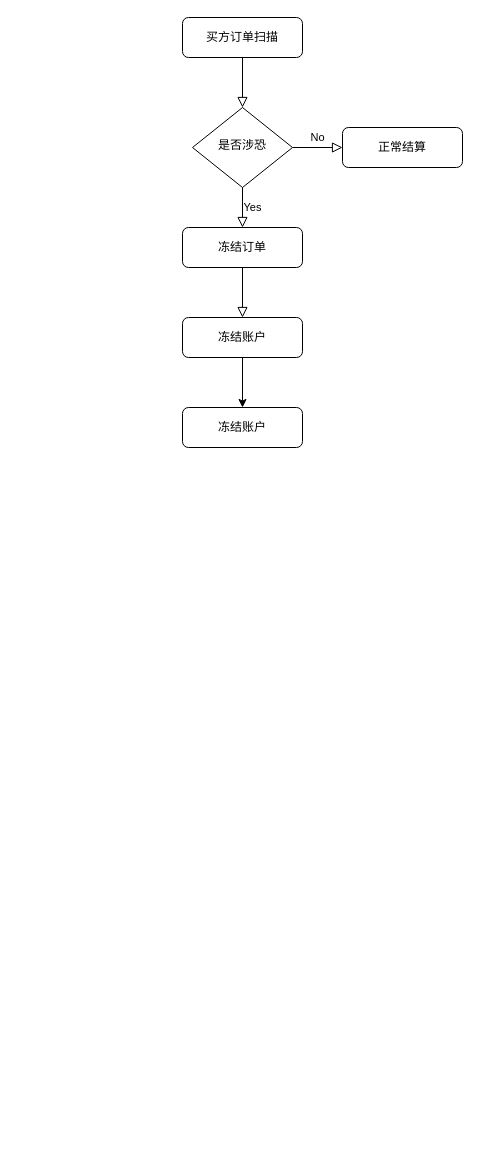
The draw.io diagram frozen_inform.drawio in Johnson-CYS/draw, before the edit. Source tidied: cells renumbered, new cells numbered last; positions are measured from the earlier drawing's top-left corner, leaving out a move shared by most shapes. Both pictures are drawn from the tidied source at 100%, with x=0, y=0 at pixel (182, 17).
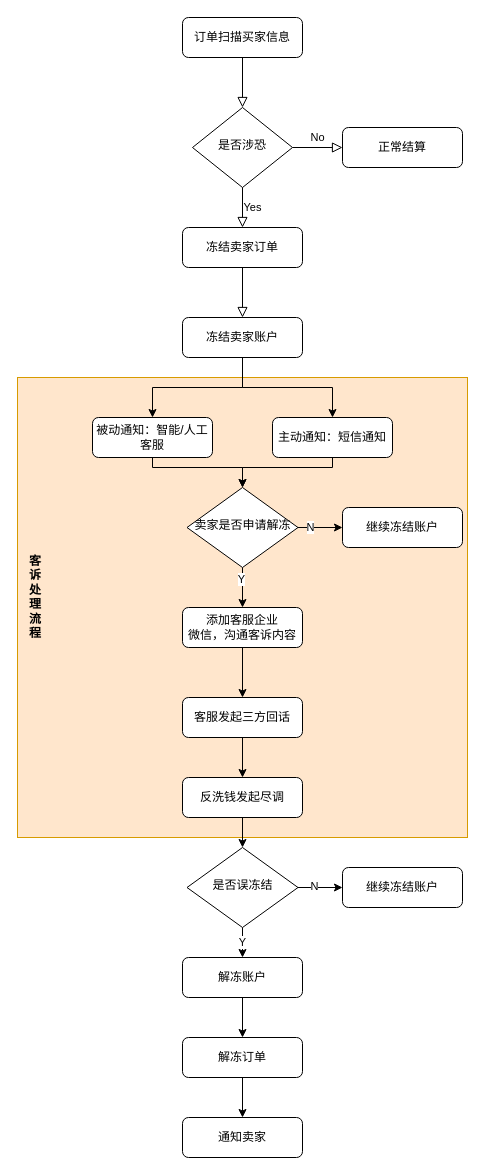
Above is the later version.

What changed in the source:
```diff
@@
+    <mxCell id="13" style="group;" parent="1" vertex="1">
+      <mxGeometry x="-165" y="360" width="450" height="460" as="geometry" />
+    </mxCell>
+    <mxCell id="14" style="rounded=0;whiteSpace=wrap;html=1;fillColor=#ffe6cc;strokeColor=#d79b00;" parent="13" vertex="1">
+      <mxGeometry width="450" height="460" as="geometry" />
+    </mxCell>
+    <mxCell id="15" value="客诉处理流程" style="text;strokeColor=none;fillColor=none;align=left;verticalAlign=top;spacingLeft=4;spacingRight=4;overflow=hidden;whiteSpace=wrap;fontStyle=1;" parent="13" vertex="1">
+      <mxGeometry x="6" y="170" width="30" height="120" as="geometry" />
+    </mxCell>
@@
-    <mxCell id="3" value="买方订单扫描" style="rounded=1;whiteSpace=wrap;html=1;fontSize=12;glass=0;strokeWidth=1;shadow=0;" parent="1" vertex="1">
+    <mxCell id="3" value="订单扫描买家信息" style="rounded=1;whiteSpace=wrap;html=1;fontSize=12;glass=0;strokeWidth=1;shadow=0;" parent="1" vertex="1">
       <mxGeometry width="120" height="40" as="geometry" />
     </mxCell>
@@
+    <mxCell id="16" style="edgeStyle=orthogonalEdgeStyle;rounded=0;jettySize=auto;html=1;" parent="1" edge="1" source="10" target="19">
+      <mxGeometry relative="1" as="geometry" />
+    </mxCell>
-    <mxCell id="10" value="冻结账户" style="rounded=1;whiteSpace=wrap;html=1;fontSize=12;glass=0;strokeWidth=1;shadow=0;" parent="1" vertex="1">
+    <mxCell id="10" value="冻结卖家账户" style="rounded=1;whiteSpace=wrap;html=1;fontSize=12;glass=0;strokeWidth=1;shadow=0;" parent="1" vertex="1">
       <mxGeometry y="300" width="120" height="40" as="geometry" />
     </mxCell>
-    <mxCell id="11" value="冻结订单" style="rounded=1;whiteSpace=wrap;html=1;fontSize=12;glass=0;strokeWidth=1;shadow=0;" parent="1" vertex="1">
+    <mxCell id="11" value="冻结卖家订单" style="rounded=1;whiteSpace=wrap;html=1;fontSize=12;glass=0;strokeWidth=1;shadow=0;" parent="1" vertex="1">
       <mxGeometry y="210" width="120" height="40" as="geometry" />
     </mxCell>
+    <mxCell id="17" style="edgeStyle=orthogonalEdgeStyle;rounded=0;jettySize=auto;html=1;" parent="1" edge="1" source="12" target="24">
+      <mxGeometry relative="1" as="geometry">
+        <Array as="points">
+          <mxPoint x="-30" y="450" />
+          <mxPoint x="60" y="450" />
+        </Array>
+      </mxGeometry>
+    </mxCell>
-    <mxCell id="12" value="冻结账户" style="rounded=1;whiteSpace=wrap;html=1;fontSize=12;glass=0;strokeWidth=1;shadow=0;" parent="1" vertex="1">
-      <mxGeometry y="390" width="120" height="40" as="geometry" />
+    <mxCell id="12" value="被动通知：智能/人工客服" style="rounded=1;whiteSpace=wrap;html=1;fontSize=12;glass=0;strokeWidth=1;shadow=0;" parent="1" vertex="1">
+      <mxGeometry x="-90" y="400" width="120" height="40" as="geometry" />
     </mxCell>
+    <mxCell id="18" style="edgeStyle=orthogonalEdgeStyle;rounded=0;jettySize=auto;html=1;" parent="1" edge="1" source="19" target="24">
+      <mxGeometry relative="1" as="geometry">
+        <Array as="points">
+          <mxPoint x="150" y="450" />
+          <mxPoint x="60" y="450" />
+        </Array>
+      </mxGeometry>
+    </mxCell>
+    <mxCell id="19" value="主动通知：短信通知" style="rounded=1;whiteSpace=wrap;html=1;fontSize=12;glass=0;strokeWidth=1;shadow=0;" parent="1" vertex="1">
+      <mxGeometry x="90" y="400" width="120" height="40" as="geometry" />
+    </mxCell>
+    <mxCell id="20" style="edgeStyle=orthogonalEdgeStyle;rounded=0;jettySize=auto;html=1;" parent="1" edge="1" source="24" target="26">
+      <mxGeometry relative="1" as="geometry" />
+    </mxCell>
+    <mxCell id="21" value="Y" style="edgeLabel;html=1;align=center;verticalAlign=middle;" parent="20" vertex="1">
+      <mxGeometry x="-0.45" y="-2" relative="1" as="geometry" />
+    </mxCell>
+    <mxCell id="22" style="edgeStyle=orthogonalEdgeStyle;rounded=0;jettySize=auto;html=1;" parent="1" edge="1" source="24" target="41">
+      <mxGeometry relative="1" as="geometry" />
+    </mxCell>
+    <mxCell id="23" value="N" style="edgeLabel;html=1;align=center;verticalAlign=middle;" parent="22" vertex="1">
+      <mxGeometry x="-0.44" y="1" relative="1" as="geometry" />
+    </mxCell>
+    <mxCell id="24" value="卖家是否申请解冻" style="rhombus;whiteSpace=wrap;html=1;shadow=0;fontFamily=Helvetica;fontSize=12;align=center;strokeWidth=1;spacing=6;spacingTop=-4;" parent="1" vertex="1">
+      <mxGeometry x="4.5" y="470" width="111" height="80" as="geometry" />
+    </mxCell>
+    <mxCell id="25" style="edgeStyle=orthogonalEdgeStyle;rounded=0;jettySize=auto;html=1;" parent="1" edge="1" source="26" target="28">
+      <mxGeometry relative="1" as="geometry" />
+    </mxCell>
+    <mxCell id="26" value="添加客服企业&lt;br&gt;微信，沟通客诉内容" style="rounded=1;whiteSpace=wrap;html=1;fontSize=12;glass=0;strokeWidth=1;shadow=0;" parent="1" vertex="1">
+      <mxGeometry y="590" width="120" height="40" as="geometry" />
+    </mxCell>
+    <mxCell id="27" style="edgeStyle=orthogonalEdgeStyle;rounded=0;jettySize=auto;html=1;" parent="1" edge="1" source="28" target="30">
+      <mxGeometry relative="1" as="geometry" />
+    </mxCell>
+    <mxCell id="28" value="客服发起三方回话" style="rounded=1;whiteSpace=wrap;html=1;fontSize=12;glass=0;strokeWidth=1;shadow=0;" parent="1" vertex="1">
+      <mxGeometry y="680" width="120" height="40" as="geometry" />
+    </mxCell>
+    <mxCell id="29" style="edgeStyle=orthogonalEdgeStyle;rounded=0;jettySize=auto;html=1;" parent="1" edge="1" source="30" target="34">
+      <mxGeometry relative="1" as="geometry" />
+    </mxCell>
+    <mxCell id="30" value="反洗钱发起尽调" style="rounded=1;whiteSpace=wrap;html=1;fontSize=12;glass=0;strokeWidth=1;shadow=0;" parent="1" vertex="1">
+      <mxGeometry y="760" width="120" height="40" as="geometry" />
+    </mxCell>
+    <mxCell id="31" style="edgeStyle=orthogonalEdgeStyle;rounded=0;jettySize=auto;html=1;" parent="1" edge="1" source="34" target="40">
+      <mxGeometry relative="1" as="geometry" />
+    </mxCell>
+    <mxCell id="32" value="N" style="edgeLabel;html=1;align=center;verticalAlign=middle;" parent="31" vertex="1">
+      <mxGeometry x="-0.26" y="2" relative="1" as="geometry" />
+    </mxCell>
+    <mxCell id="33" value="Y" style="edgeStyle=orthogonalEdgeStyle;rounded=0;jettySize=auto;html=1;" parent="1" edge="1" source="34" target="36">
+      <mxGeometry relative="1" as="geometry" />
+    </mxCell>
+    <mxCell id="34" value="是否误冻结" style="rhombus;whiteSpace=wrap;html=1;shadow=0;fontFamily=Helvetica;fontSize=12;align=center;strokeWidth=1;spacing=6;spacingTop=-4;" parent="1" vertex="1">
+      <mxGeometry x="4.5" y="830" width="111" height="80" as="geometry" />
+    </mxCell>
+    <mxCell id="35" style="edgeStyle=orthogonalEdgeStyle;rounded=0;jettySize=auto;html=1;entryX=0.5;entryY=0;entryDx=0;entryDy=0;" parent="1" edge="1" source="36" target="38">
+      <mxGeometry relative="1" as="geometry" />
+    </mxCell>
+    <mxCell id="36" value="解冻账户" style="rounded=1;whiteSpace=wrap;html=1;fontSize=12;glass=0;strokeWidth=1;shadow=0;" parent="1" vertex="1">
+      <mxGeometry y="940" width="120" height="40" as="geometry" />
+    </mxCell>
+    <mxCell id="37" style="edgeStyle=orthogonalEdgeStyle;rounded=0;jettySize=auto;html=1;" parent="1" edge="1" source="38" target="39">
+      <mxGeometry relative="1" as="geometry" />
+    </mxCell>
+    <mxCell id="38" value="解冻订单" style="rounded=1;whiteSpace=wrap;html=1;fontSize=12;glass=0;strokeWidth=1;shadow=0;" parent="1" vertex="1">
+      <mxGeometry y="1020" width="120" height="40" as="geometry" />
+    </mxCell>
+    <mxCell id="39" value="通知卖家" style="rounded=1;whiteSpace=wrap;html=1;fontSize=12;glass=0;strokeWidth=1;shadow=0;" parent="1" vertex="1">
+      <mxGeometry y="1100" width="120" height="40" as="geometry" />
+    </mxCell>
+    <mxCell id="40" value="继续冻结账户" style="rounded=1;whiteSpace=wrap;html=1;fontSize=12;glass=0;strokeWidth=1;shadow=0;" parent="1" vertex="1">
+      <mxGeometry x="160" y="850" width="120" height="40" as="geometry" />
+    </mxCell>
+    <mxCell id="41" value="继续冻结账户" style="rounded=1;whiteSpace=wrap;html=1;fontSize=12;glass=0;strokeWidth=1;shadow=0;" parent="1" vertex="1">
+      <mxGeometry x="160" y="490" width="120" height="40" as="geometry" />
+    </mxCell>
```
